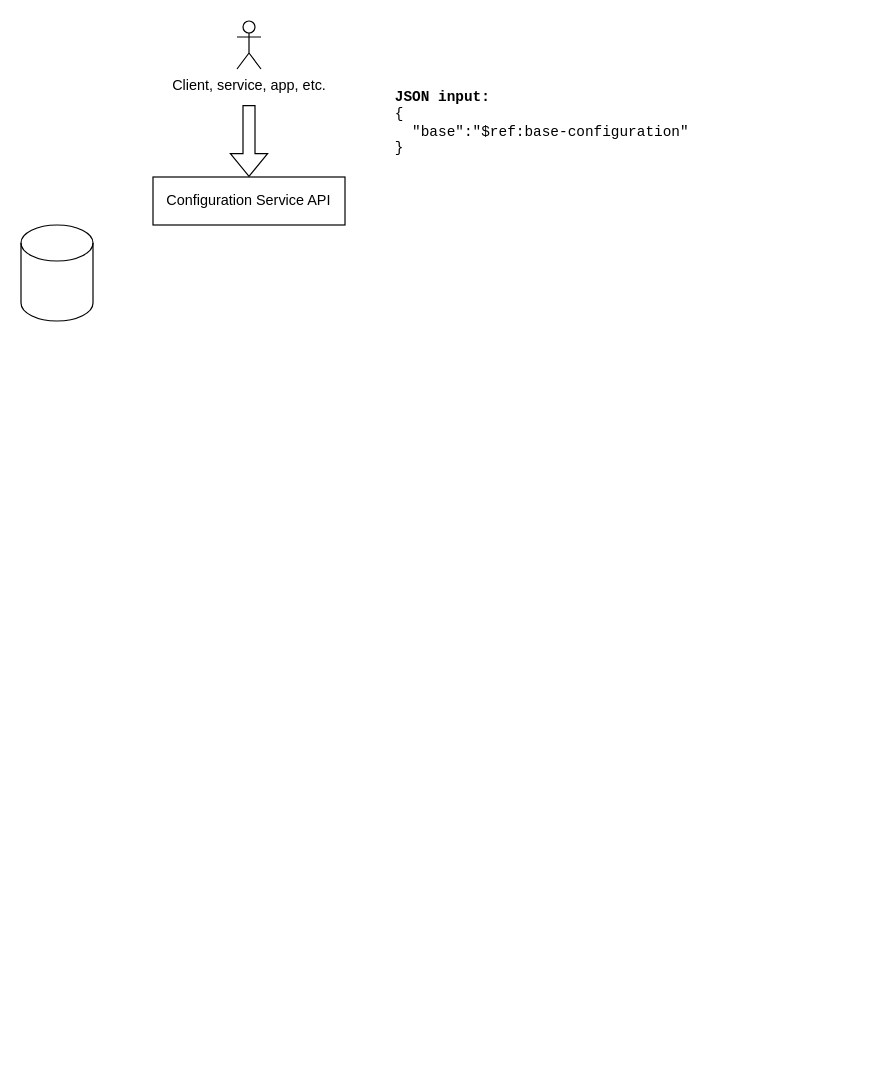
The draw.io diagram documentation/Untitled Diagram.drawio in poteb/ConfigurationService, before the edit. Source tidied: cells renumbered, new cells numbered last; positions are measured from the earlier drawing's top-left corner, leaving out a move shared by most shapes. Both pictures are drawn from the tidied source at 120%, with x=0, y=0 at pixel (20, 20).
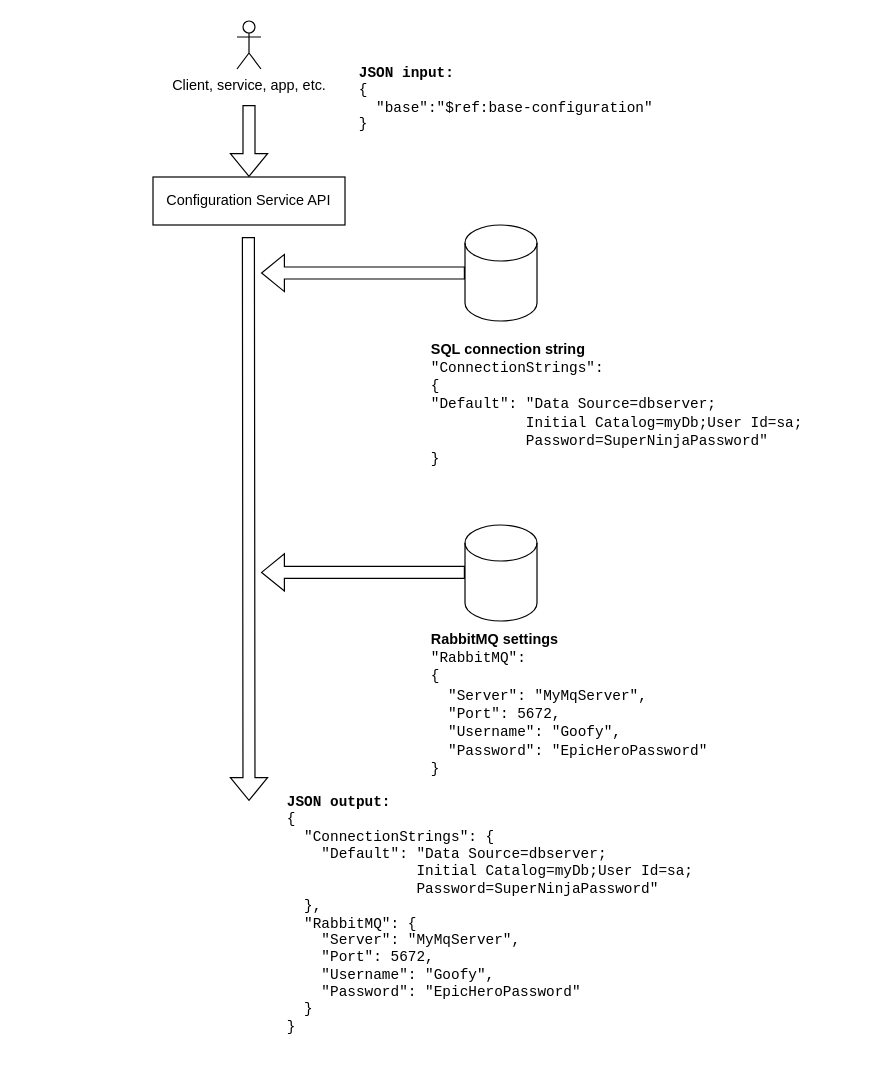
The same page after the edit.

Change to the diagram source:
```diff
@@
 <mxGraphModel>
   <root>
     <mxCell id="0" />
     <mxCell id="1" parent="0" />
     <mxCell id="2" style="shape=flexArrow;endArrow=classic;html=1;rounded=0;" parent="1" edge="1">
       <mxGeometry relative="1" as="geometry">
         <mxPoint x="190" y="70" as="sourcePoint" />
         <mxPoint x="190" y="130" as="targetPoint" />
       </mxGeometry>
     </mxCell>
     <mxCell id="3" value="&lt;pre class=&quot;notranslate&quot;&gt;&lt;code&gt;&lt;b&gt;JSON input:&lt;/b&gt;&lt;br&gt;{&lt;br&gt;  &lt;/code&gt;&lt;code&gt;&quot;base&quot;:&quot;$ref:base-configuration&quot;&lt;br&gt;&lt;/code&gt;&lt;code&gt;}&lt;/code&gt;&lt;/pre&gt;" style="text;html=1;strokeColor=none;fillColor=none;align=left;verticalAlign=middle;whiteSpace=wrap;rounded=0;" parent="1" vertex="1">
-      <mxGeometry x="310" y="50" width="350" height="70" as="geometry" />
+      <mxGeometry x="280" y="30" width="350" height="70" as="geometry" />
     </mxCell>
     <mxCell id="4" value="Client, service, app, etc." style="shape=umlActor;verticalLabelPosition=bottom;verticalAlign=top;html=1;" parent="1" vertex="1">
       <mxGeometry x="180" width="20" height="40" as="geometry" />
     </mxCell>
     <mxCell id="5" value="Configuration Service API" style="rounded=0;whiteSpace=wrap;html=1;" parent="1" vertex="1">
       <mxGeometry x="110" y="130" width="160" height="40" as="geometry" />
     </mxCell>
     <mxCell id="6" style="shape=cylinder3;whiteSpace=wrap;html=1;boundedLbl=1;backgroundOutline=1;size=15;" parent="1" vertex="1">
-      <mxGeometry y="170" width="60" height="80" as="geometry" />
+      <mxGeometry x="370" y="170" width="60" height="80" as="geometry" />
     </mxCell>
+    <mxCell id="7" style="shape=flexArrow;endArrow=classic;html=1;rounded=0;" parent="1" edge="1">
+      <mxGeometry relative="1" as="geometry">
+        <mxPoint x="189.5" y="180" as="sourcePoint" />
+        <mxPoint x="190" y="650" as="targetPoint" />
+      </mxGeometry>
+    </mxCell>
+    <mxCell id="8" style="shape=flexArrow;endArrow=classic;html=1;rounded=0;exitX=0;exitY=0.5;exitDx=0;exitDy=0;exitPerimeter=0;" parent="1" edge="1" source="6">
+      <mxGeometry relative="1" as="geometry">
+        <mxPoint x="200" y="210" as="targetPoint" />
+      </mxGeometry>
+    </mxCell>
+    <mxCell id="9" value="&lt;div&gt;&lt;b&gt;SQL connection string&lt;/b&gt;&lt;/div&gt;&lt;div&gt;&lt;code&gt;&quot;ConnectionStrings&quot;:&lt;/code&gt;&lt;/div&gt;&lt;div&gt;&lt;code&gt;{&lt;/code&gt;&lt;/div&gt;&lt;div&gt;&lt;code&gt;  &quot;Default&quot;: &quot;Data Source=dbserver;&lt;/code&gt;&lt;/div&gt;&lt;div&gt;&lt;code&gt;&amp;nbsp;&amp;nbsp;&amp;nbsp;&amp;nbsp;&amp;nbsp;&amp;nbsp;&amp;nbsp;&amp;nbsp;&amp;nbsp;&amp;nbsp; Initial Catalog=myDb;User Id=sa;&lt;/code&gt;&lt;/div&gt;&lt;div&gt;&lt;code&gt;&amp;nbsp;&amp;nbsp;&amp;nbsp;&amp;nbsp;&amp;nbsp;&amp;nbsp;&amp;nbsp;&amp;nbsp;&amp;nbsp;&amp;nbsp; Password=SuperNinjaPassword&quot;&lt;/code&gt;&lt;/div&gt;&lt;div&gt;&lt;code&gt;}&lt;/code&gt;&lt;/div&gt;" style="text;html=1;strokeColor=none;fillColor=none;align=left;verticalAlign=middle;whiteSpace=wrap;rounded=0;" parent="1" vertex="1">
+      <mxGeometry x="340" y="260" width="350" height="120" as="geometry" />
+    </mxCell>
+    <mxCell id="10" style="shape=cylinder3;whiteSpace=wrap;html=1;boundedLbl=1;backgroundOutline=1;size=15;" parent="1" vertex="1">
+      <mxGeometry x="370" y="420" width="60" height="80" as="geometry" />
+    </mxCell>
+    <mxCell id="11" style="shape=flexArrow;endArrow=classic;html=1;rounded=0;exitX=0;exitY=0.5;exitDx=0;exitDy=0;exitPerimeter=0;" parent="1" edge="1">
+      <mxGeometry relative="1" as="geometry">
+        <mxPoint x="370" y="459.5" as="sourcePoint" />
+        <mxPoint x="200" y="459.5" as="targetPoint" />
+      </mxGeometry>
+    </mxCell>
+    <mxCell id="12" value="&lt;div&gt;&lt;b&gt;RabbitMQ settings&lt;/b&gt;&lt;/div&gt;&lt;div&gt;&lt;code&gt;&quot;RabbitMQ&quot;:&lt;/code&gt;&lt;/div&gt;&lt;div&gt;&lt;code&gt;{&lt;/code&gt;&lt;/div&gt;&lt;div&gt;&lt;code&gt;&amp;nbsp; &quot;Server&quot;: &quot;MyMqServer&quot;,&lt;/code&gt;&lt;/div&gt;&lt;div&gt;&lt;code&gt;&amp;nbsp; &quot;Port&quot;: 5672,&lt;/code&gt;&lt;/div&gt;&lt;div&gt;&lt;code&gt;&amp;nbsp; &quot;Username&quot;: &quot;Goofy&quot;,&lt;/code&gt;&lt;/div&gt;&lt;div&gt;&lt;code&gt;&amp;nbsp; &quot;Password&quot;: &quot;EpicHeroPassword&quot;&lt;/code&gt;&lt;/div&gt;&lt;div&gt;&lt;code&gt;  }&lt;/code&gt;&lt;/div&gt;" style="text;html=1;strokeColor=none;fillColor=none;align=left;verticalAlign=middle;whiteSpace=wrap;rounded=0;" parent="1" vertex="1">
+      <mxGeometry x="340" y="510" width="350" height="120" as="geometry" />
+    </mxCell>
+    <mxCell id="13" value="&lt;pre class=&quot;notranslate&quot;&gt;&lt;code&gt;&lt;b&gt;JSON output:&lt;/b&gt;&lt;br&gt;{&lt;br&gt;  &quot;ConnectionStrings&quot;: {&lt;br&gt;    &quot;Default&quot;: &quot;Data Source=dbserver;&lt;br&gt;               Initial Catalog=myDb;User Id=sa;&lt;br&gt;               Password=SuperNinjaPassword&quot;&lt;br&gt;  },&lt;br&gt;  &quot;RabbitMQ&quot;: {&lt;br&gt;    &quot;Server&quot;: &quot;MyMqServer&quot;,&lt;br&gt;    &quot;Port&quot;: 5672,&lt;br&gt;    &quot;Username&quot;: &quot;Goofy&quot;,&lt;br&gt;    &quot;Password&quot;: &quot;EpicHeroPassword&quot;&lt;br&gt;  }&lt;br&gt;}&lt;br&gt;&lt;/code&gt;&lt;/pre&gt;" style="text;html=1;strokeColor=none;fillColor=none;align=left;verticalAlign=middle;whiteSpace=wrap;rounded=0;" parent="1" vertex="1">
+      <mxGeometry x="220" y="640" width="350" height="210" as="geometry" />
+    </mxCell>
   </root>
 </mxGraphModel>
```
